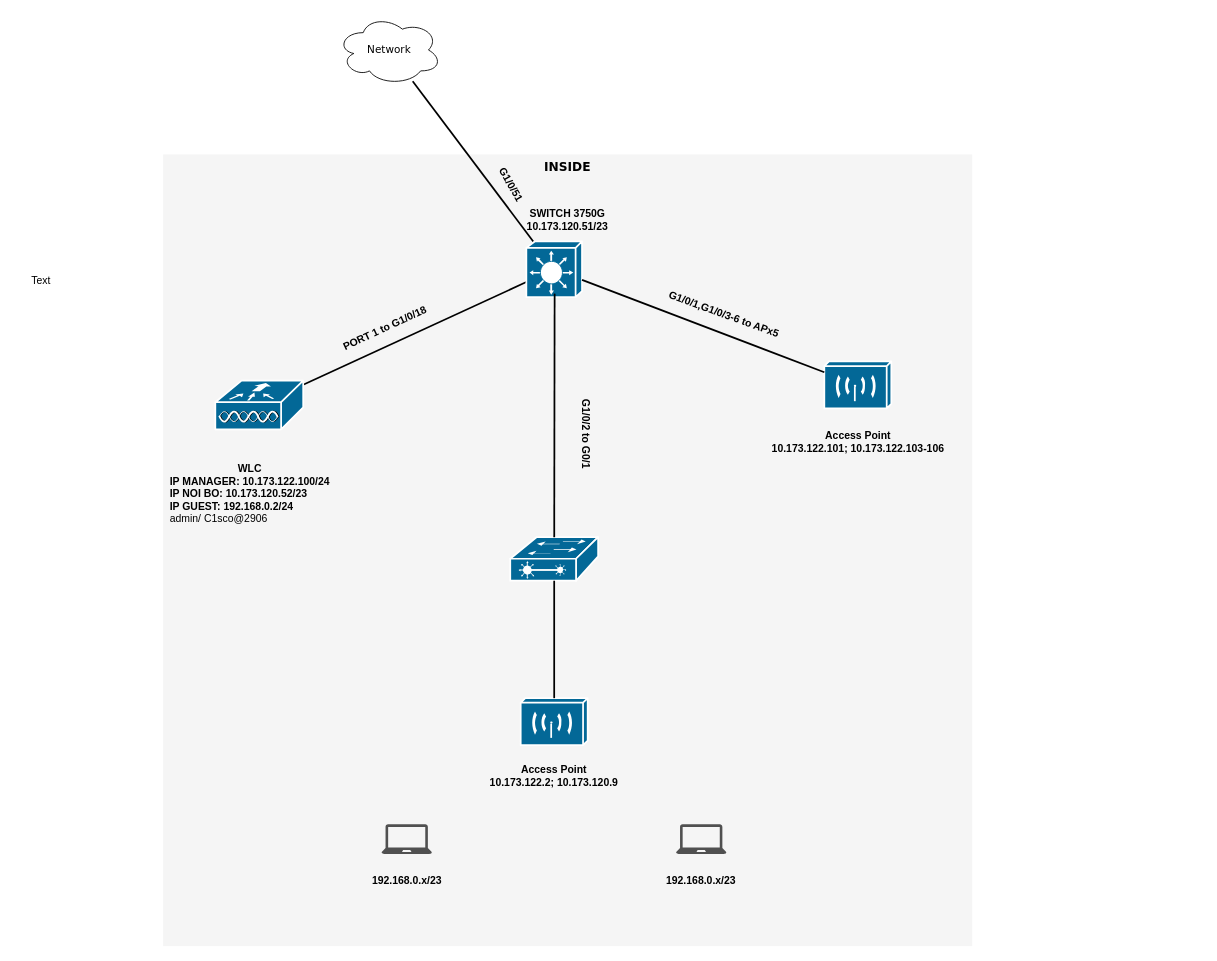
This is Untitled Diagram.drawio from minhnghia2k3/Machine-Learning-Neural-Network, a draw.io file, before an edit. Source tidied: cells renumbered, new cells numbered last; positions are measured from the earlier drawing's top-left corner, leaving out a move shared by most shapes. Both pictures are drawn from the tidied source at 87%, with x=0, y=0 at pixel (15, 15).
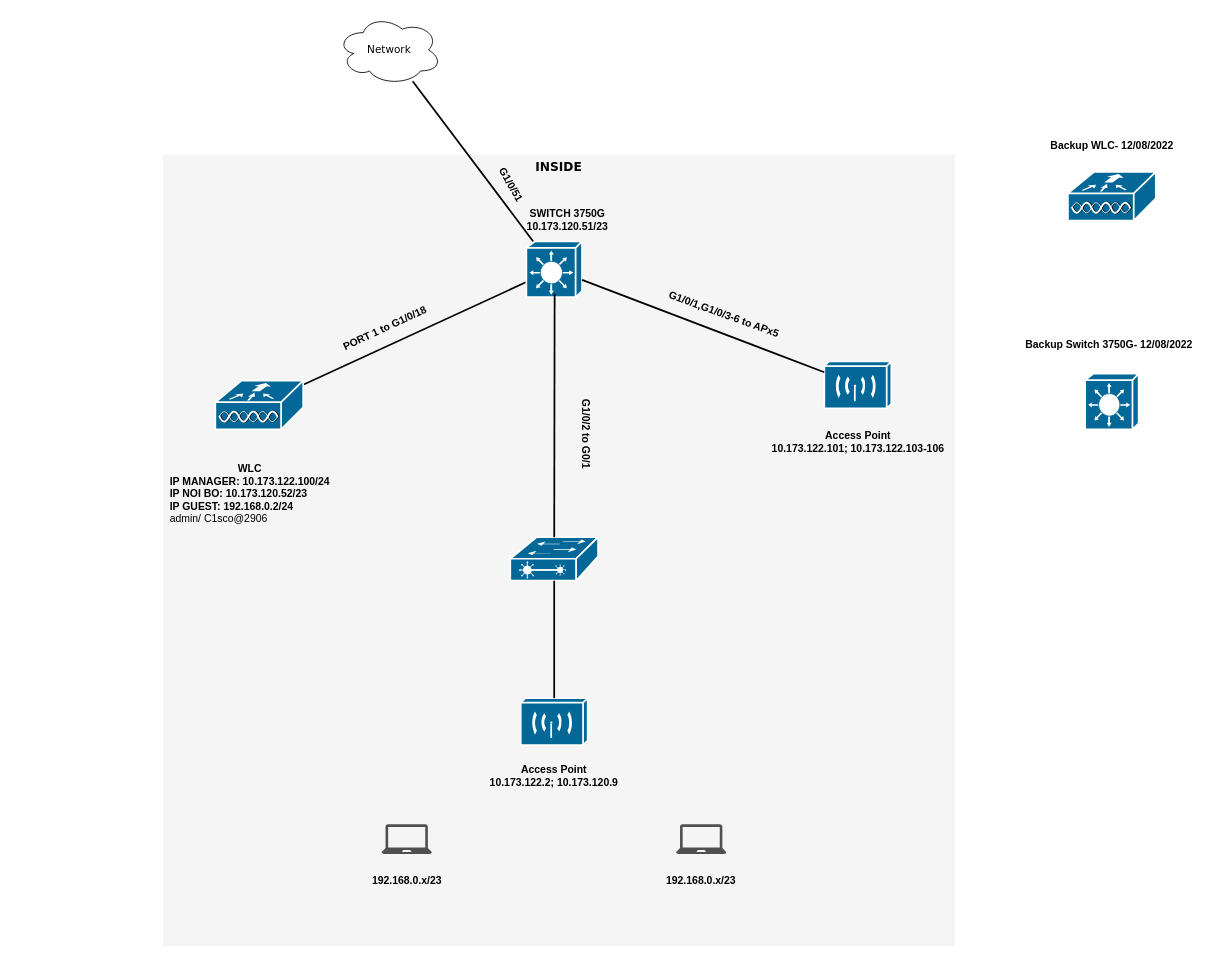
After the change.

Diff of the diagram source:
```diff
@@
     <mxCell id="2" value="INSIDE" style="whiteSpace=wrap;html=1;rounded=0;shadow=0;comic=0;strokeWidth=1;fontFamily=Verdana;fontSize=14;fillColor=#f5f5f5;strokeColor=none;verticalAlign=top;fontStyle=1;" parent="1" vertex="1">
-      <mxGeometry x="170" y="160" width="930" height="910" as="geometry" />
+      <mxGeometry x="170" y="160" width="910" height="910" as="geometry" />
     </mxCell>
@@
-    <mxCell id="17" value="Text" style="text;html=1;strokeColor=none;fillColor=none;align=center;verticalAlign=middle;whiteSpace=wrap;rounded=0;" parent="1" vertex="1">
-      <mxGeometry y="290" width="60" height="30" as="geometry" />
-    </mxCell>
@@
+    <mxCell id="27" style="shape=mxgraph.cisco.wireless.wlan_controller;sketch=0;html=1;dashed=0;fillColor=#036897;strokeColor=#ffffff;strokeWidth=2;verticalLabelPosition=bottom;verticalAlign=top;align=center;" parent="1" vertex="1">
+      <mxGeometry x="1210" y="180" width="101" height="56" as="geometry" />
+    </mxCell>
+    <mxCell id="28" style="shape=mxgraph.cisco.switches.layer_3_switch;sketch=0;html=1;dashed=0;fillColor=#036897;strokeColor=#ffffff;strokeWidth=2;verticalLabelPosition=bottom;verticalAlign=top;align=center;" parent="1" vertex="1">
+      <mxGeometry x="1229.8" y="412" width="61.5" height="64" as="geometry" />
+    </mxCell>
+    <mxCell id="29" value="&lt;b&gt;Backup WLC- 12/08/2022&lt;br&gt;&lt;/b&gt;" style="text;html=1;strokeColor=none;fillColor=none;align=center;verticalAlign=middle;whiteSpace=wrap;rounded=0;rotation=0;" parent="1" vertex="1">
+      <mxGeometry x="1185.5" y="130" width="150" height="39" as="geometry" />
+    </mxCell>
+    <mxCell id="30" value="&lt;b&gt;Backup Switch 3750G- 12/08/2022&lt;br&gt;&lt;/b&gt;" style="text;html=1;strokeColor=none;fillColor=none;align=center;verticalAlign=middle;whiteSpace=wrap;rounded=0;rotation=0;" parent="1" vertex="1">
+      <mxGeometry x="1150" y="359" width="214.5" height="39" as="geometry" />
+    </mxCell>
```
